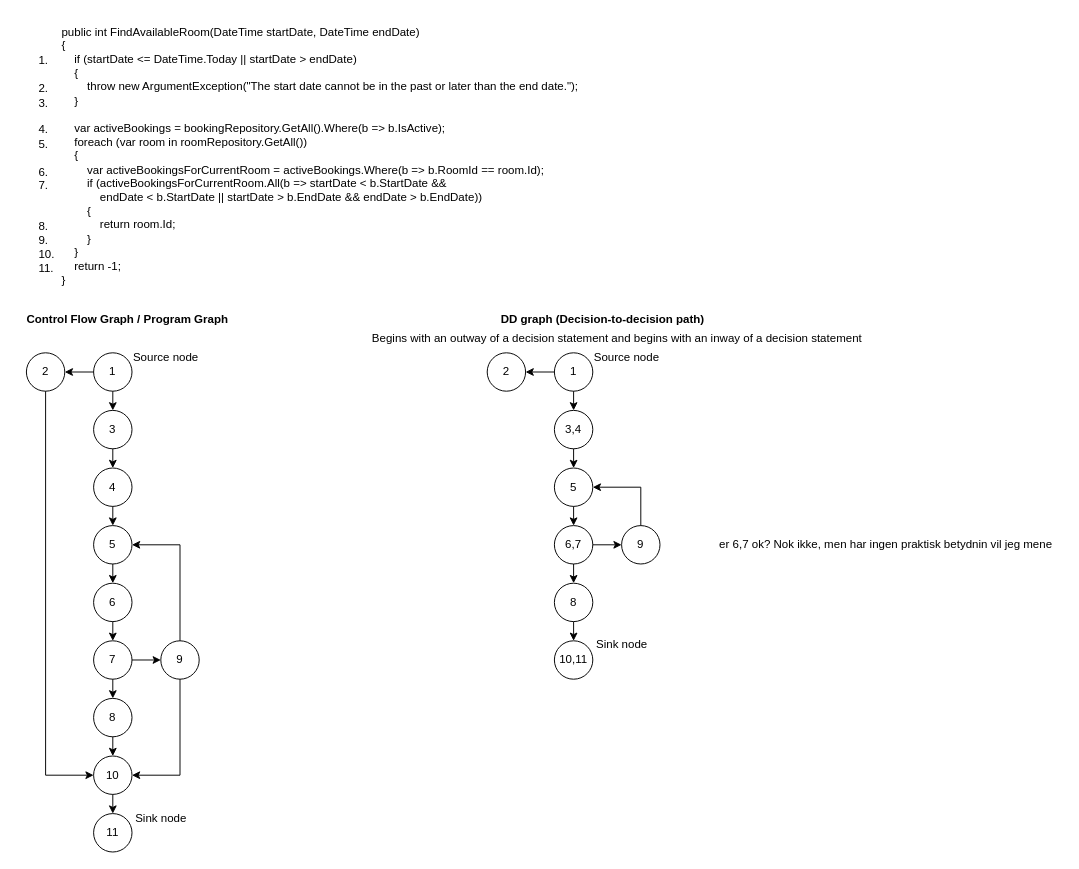
Earlier version of the draw.io diagram page "FindAvailableRoom" (1 of 2) of Unavngivet diagram.drawio (leaand01/WhiteBoxTesting_temp). Source tidied: cells renumbered, new cells numbered last; positions are measured from the earlier drawing's top-left corner, leaving out a move shared by most shapes. Both pictures are drawn from the tidied source at 96%, with x=0, y=0 at pixel (16, 16).
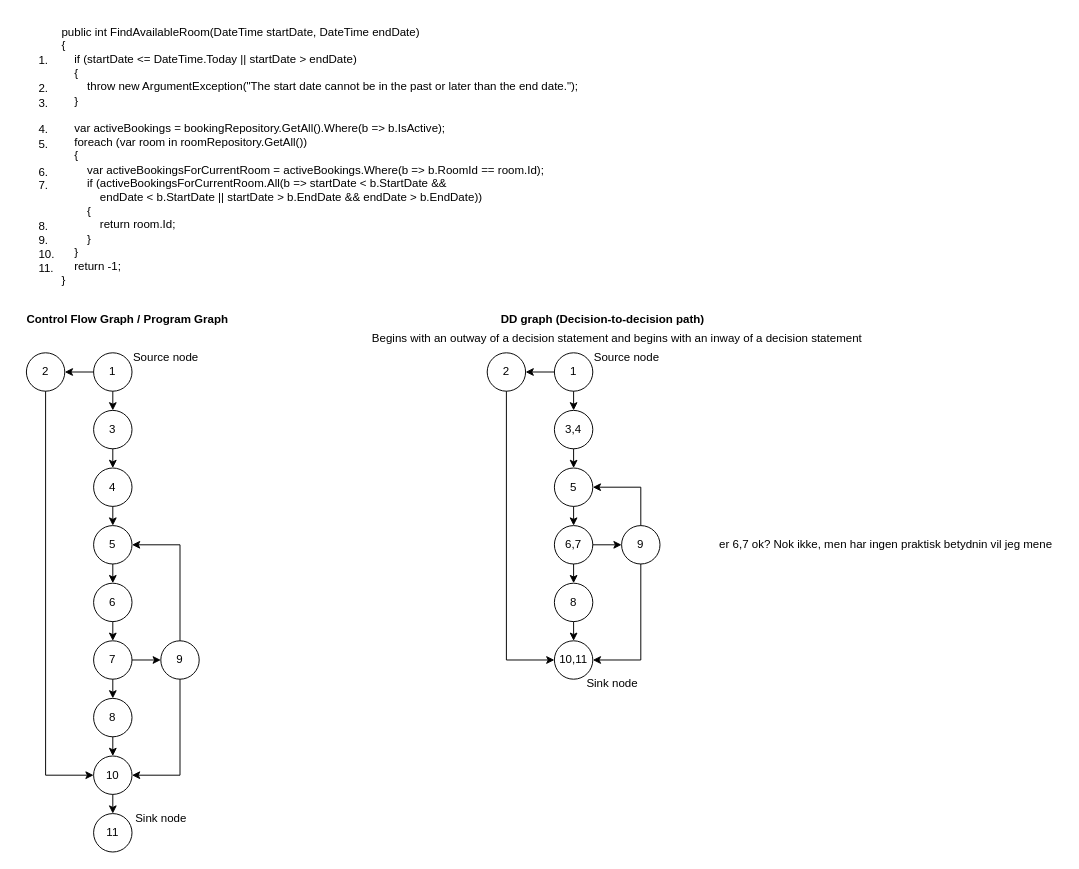
The same page after the edit.

Commit message:
first DD graph of FindAvailableRoom

Unchanged cells that the change refers to:
```xml
<mxCell id="35" value="2" style="ellipse;whiteSpace=wrap;html=1;" parent="1" vertex="1">
  <mxGeometry x="490" y="350" width="40" height="40" as="geometry" />
</mxCell>
<mxCell id="42" value="9" style="ellipse;whiteSpace=wrap;html=1;" parent="1" vertex="1">
  <mxGeometry x="630" y="530" width="40" height="40" as="geometry" />
</mxCell>
<mxCell id="50" value="10,11" style="ellipse;whiteSpace=wrap;html=1;" parent="1" vertex="1">
  <mxGeometry x="560" y="650" width="40" height="40" as="geometry" />
</mxCell>
```

What changed in the source:
```diff
@@
     <mxCell id="51" value="Sink node" style="text;html=1;align=center;verticalAlign=middle;strokeColor=none;fillColor=none;" parent="1" vertex="1">
-      <mxGeometry x="590" y="639" width="80" height="30" as="geometry" />
+      <mxGeometry x="580" y="680" width="80" height="30" as="geometry" />
     </mxCell>
+    <mxCell id="52" style="edgeStyle=none;jettySize=auto;html=1;rounded=0;exitX=0.5;exitY=1;exitDx=0;exitDy=0;entryX=0;entryY=0.5;entryDx=0;entryDy=0;" parent="1" edge="1" source="35" target="50">
+      <mxGeometry relative="1" as="geometry">
+        <Array as="points">
+          <mxPoint x="510" y="670" />
+        </Array>
+      </mxGeometry>
+    </mxCell>
+    <mxCell id="53" style="edgeStyle=none;jettySize=auto;html=1;rounded=0;exitX=0.5;exitY=1;exitDx=0;exitDy=0;entryX=1;entryY=0.5;entryDx=0;entryDy=0;" parent="1" edge="1" source="42" target="50">
+      <mxGeometry relative="1" as="geometry">
+        <Array as="points">
+          <mxPoint x="650" y="670" />
+        </Array>
+      </mxGeometry>
+    </mxCell>
```
